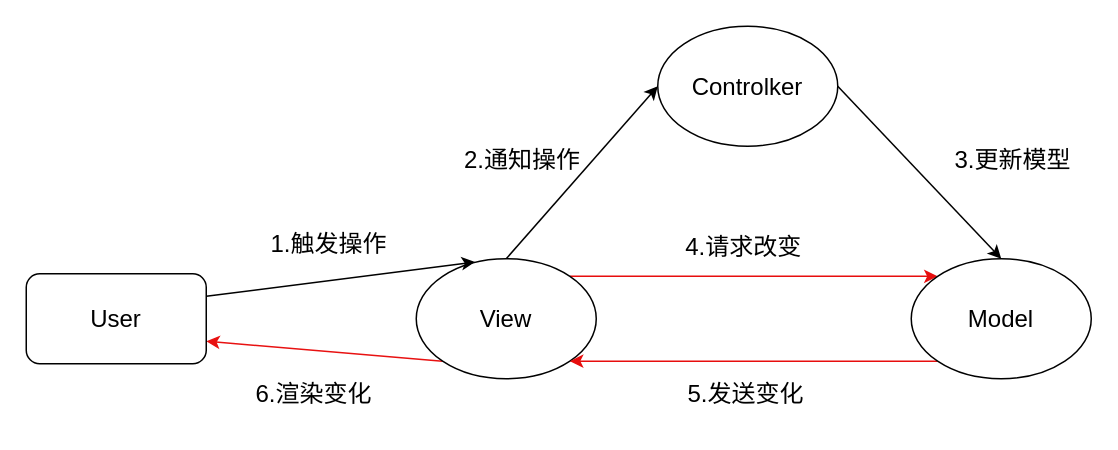
Above: 软考.drawio in xiaodongYao/DrawIO (draw.io), before the change. Source tidied: cells renumbered, new cells numbered last; positions are measured from the earlier drawing's top-left corner, leaving out a move shared by most shapes. Both pictures are drawn from the tidied source at 150%, with x=0, y=0 at pixel (26, 26).
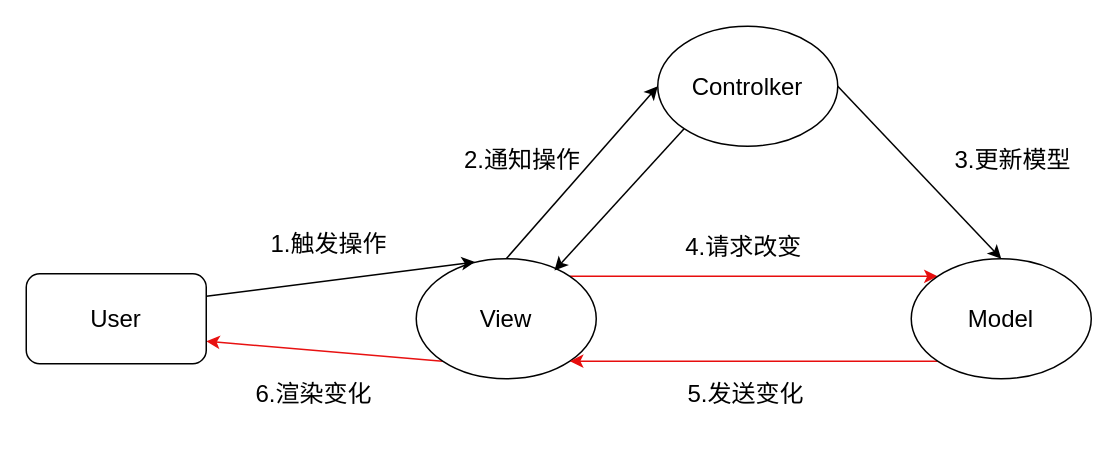
The same diagram, later.

Unchanged cells that the change refers to:
```xml
<mxCell id="5" value="View" style="ellipse;whiteSpace=wrap;html=1;fontSize=16;" parent="1" vertex="1">
  <mxGeometry x="260" y="155" width="120" height="80" as="geometry" />
</mxCell>
<mxCell id="7" value="Controlker" style="ellipse;whiteSpace=wrap;html=1;fontSize=16;" parent="1" vertex="1">
  <mxGeometry x="421" width="120" height="80" as="geometry" />
</mxCell>
```

Diff of the diagram source:
```diff
@@
+    <mxCell id="18" style="rounded=0;jettySize=auto;html=1;exitX=0;exitY=1;exitDx=0;exitDy=0;entryX=0.768;entryY=0.098;entryDx=0;entryDy=0;entryPerimeter=0;" parent="1" edge="1" source="7" target="5">
+      <mxGeometry relative="1" as="geometry" />
+    </mxCell>
```
